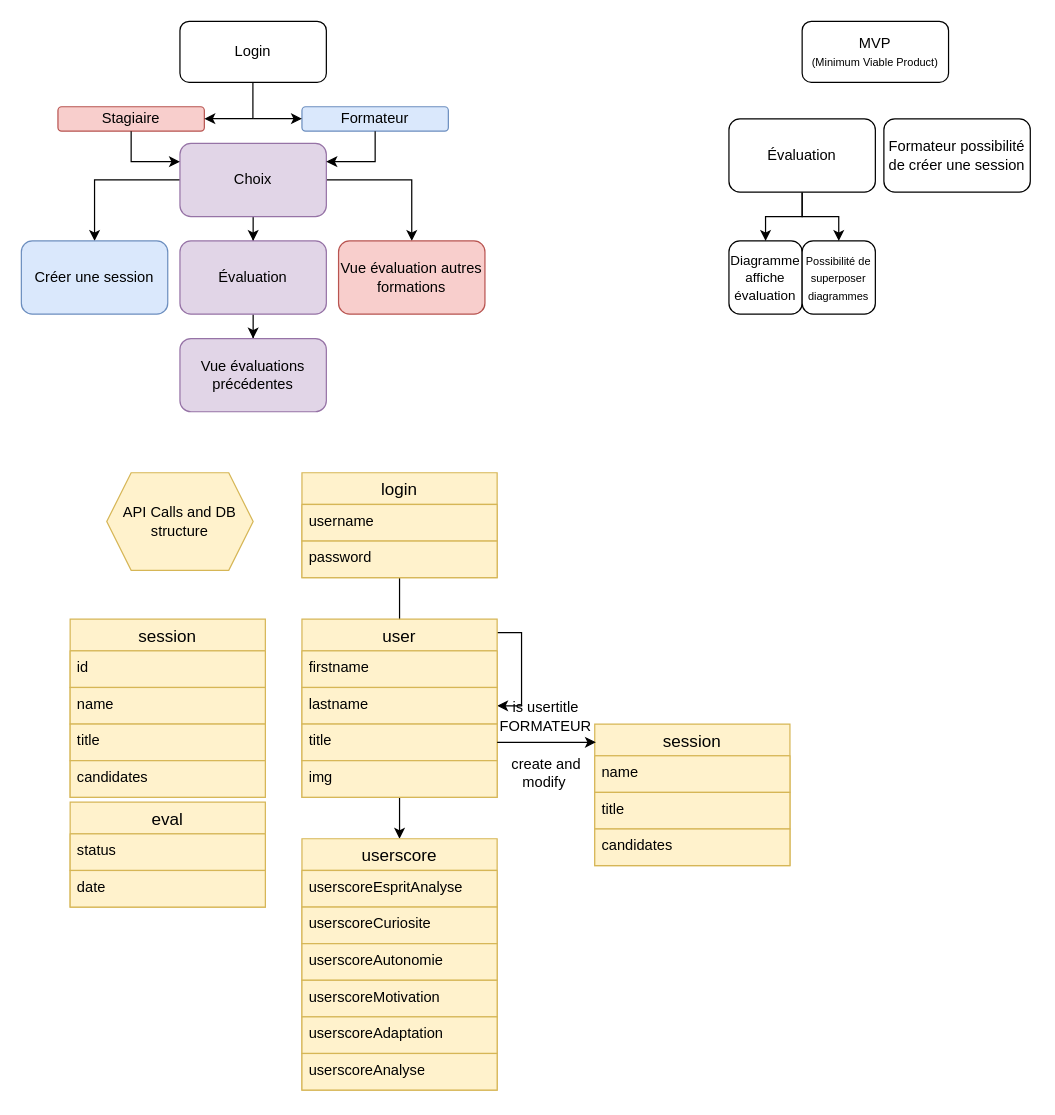
Earlier version of the draw.io diagram Diagramme sans nom.drawio (HazemMaddouri/wf11-ei_1). Source tidied: cells renumbered, new cells numbered last; positions are measured from the earlier drawing's top-left corner, leaving out a move shared by most shapes. Both pictures are drawn from the tidied source at 122%, with x=0, y=0 at pixel (21, 21).
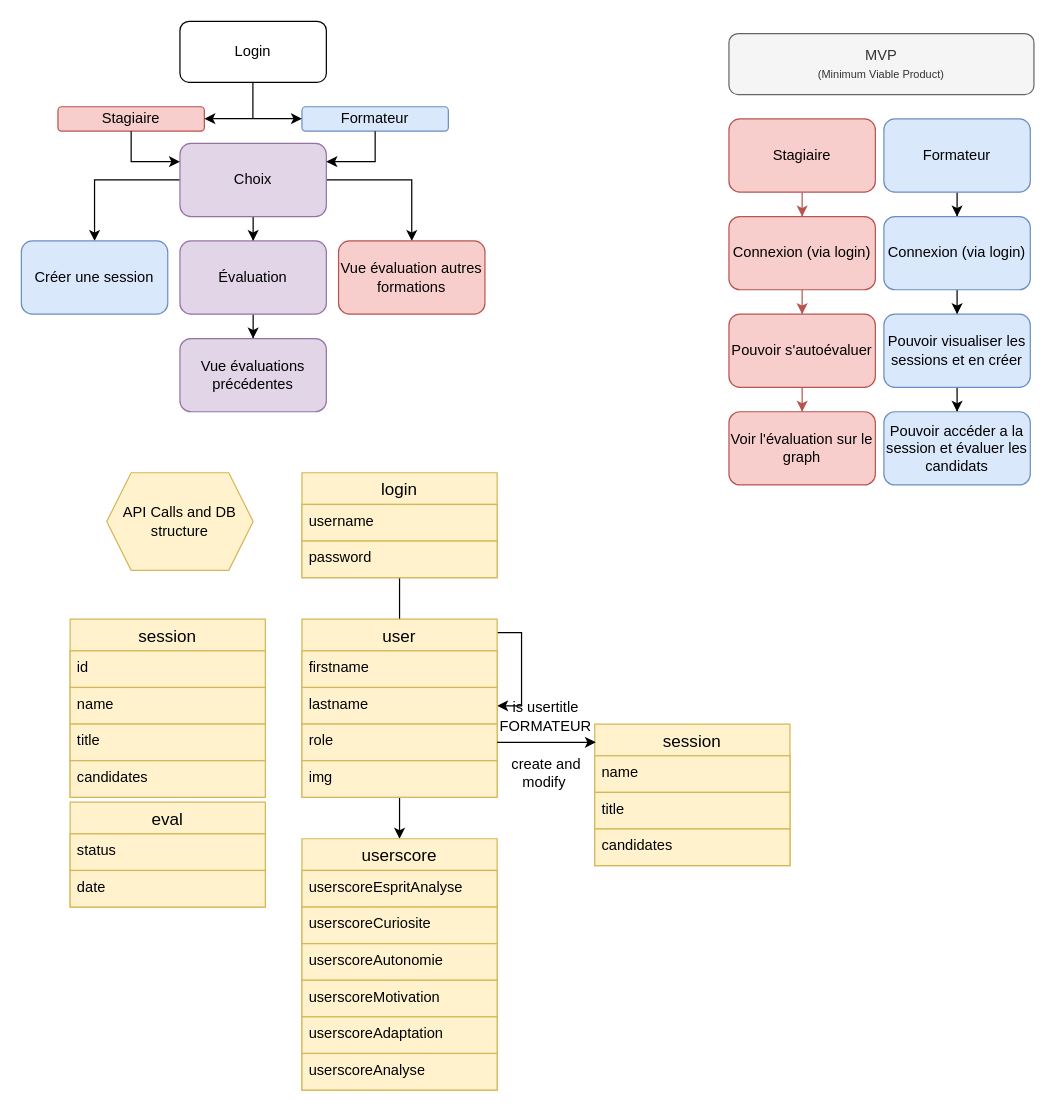
Above is the later version.

Commit message:
Mettre à jour Diagramme sans nom.drawio

The change refers to these unchanged cells:
```xml
<mxCell id="34" value="user" style="swimlane;fontStyle=0;horizontal=1;startSize=26;align=center;fontSize=14;fillColor=#fff2cc;strokeColor=#d6b656;" parent="1" vertex="1">
  <mxGeometry x="230" y="490" width="160" height="146" as="geometry" />
</mxCell>
```

Diff of the diagram source:
```diff
@@
-    <mxCell id="19" value="MVP&lt;br&gt;&lt;font style=&quot;font-size: 9px;&quot;&gt;(Minimum Viable Product)&lt;/font&gt;" style="rounded=1;whiteSpace=wrap;html=1;" parent="1" vertex="1">
-      <mxGeometry x="640" width="120" height="50" as="geometry" />
+    <mxCell id="19" value="MVP&lt;br&gt;&lt;font style=&quot;font-size: 9px;&quot;&gt;(Minimum Viable Product)&lt;/font&gt;" style="rounded=1;whiteSpace=wrap;html=1;fillColor=#f5f5f5;fontColor=#333333;strokeColor=#666666;" parent="1" vertex="1">
+      <mxGeometry x="580" y="10" width="250" height="50" as="geometry" />
     </mxCell>
-    <mxCell id="20" style="edgeStyle=orthogonalEdgeStyle;rounded=0;jettySize=auto;html=1;entryX=0.5;entryY=0;entryDx=0;entryDy=0;" parent="1" edge="1" source="22" target="23">
-      <mxGeometry relative="1" as="geometry" />
-    </mxCell>
-    <mxCell id="21" style="edgeStyle=orthogonalEdgeStyle;rounded=0;jettySize=auto;html=1;entryX=0.5;entryY=0;entryDx=0;entryDy=0;" parent="1" edge="1" source="22" target="24">
-      <mxGeometry relative="1" as="geometry" />
-    </mxCell>
+    <mxCell id="59" style="edgeStyle=orthogonalEdgeStyle;rounded=0;jettySize=auto;html=1;fillColor=#f8cecc;strokeColor=#b85450;" parent="1" edge="1" source="22" target="62">
+      <mxGeometry relative="1" as="geometry" />
+    </mxCell>
-    <mxCell id="22" value="Évaluation" style="rounded=1;whiteSpace=wrap;html=1;" parent="1" vertex="1">
+    <mxCell id="22" value="Stagiaire" style="rounded=1;whiteSpace=wrap;html=1;fillColor=#f8cecc;strokeColor=#b85450;" parent="1" vertex="1">
       <mxGeometry x="580" y="80" width="120" height="60" as="geometry" />
     </mxCell>
-    <mxCell id="23" value="&lt;font style=&quot;font-size: 11px;&quot;&gt;Diagramme affiche évaluation&lt;/font&gt;" style="whiteSpace=wrap;html=1;rounded=1;" parent="1" vertex="1">
-      <mxGeometry x="580" y="180" width="60" height="60" as="geometry" />
-    </mxCell>
-    <mxCell id="24" value="&lt;font style=&quot;font-size: 9px;&quot;&gt;Possibilité de superposer diagrammes&lt;/font&gt;" style="rounded=1;whiteSpace=wrap;html=1;" parent="1" vertex="1">
-      <mxGeometry x="640" y="180" width="60" height="60" as="geometry" />
-    </mxCell>
+    <mxCell id="60" style="edgeStyle=orthogonalEdgeStyle;rounded=0;jettySize=auto;html=1;" parent="1" edge="1" source="25" target="67">
+      <mxGeometry relative="1" as="geometry" />
+    </mxCell>
-    <mxCell id="25" value="Formateur possibilité de créer une session" style="rounded=1;whiteSpace=wrap;html=1;" parent="1" vertex="1">
+    <mxCell id="25" value="Formateur" style="rounded=1;whiteSpace=wrap;html=1;fillColor=#dae8fc;strokeColor=#6c8ebf;" parent="1" vertex="1">
       <mxGeometry x="707" y="80" width="120" height="60" as="geometry" />
     </mxCell>
@@
-    <mxCell id="37" value="title" style="text;strokeColor=#d6b656;fillColor=#fff2cc;spacingLeft=4;spacingRight=4;overflow=hidden;points=[[0,0.5],[1,0.5]];portConstraint=eastwest;fontSize=12;whiteSpace=wrap;html=1;" parent="34" vertex="1">
+    <mxCell id="37" value="role" style="text;strokeColor=#d6b656;fillColor=#fff2cc;spacingLeft=4;spacingRight=4;overflow=hidden;points=[[0,0.5],[1,0.5]];portConstraint=eastwest;fontSize=12;whiteSpace=wrap;html=1;" parent="34" vertex="1">
       <mxGeometry y="86" width="160" height="30" as="geometry" />
     </mxCell>
@@
+    <mxCell id="61" style="edgeStyle=orthogonalEdgeStyle;rounded=0;jettySize=auto;html=1;fillColor=#f8cecc;strokeColor=#b85450;" parent="1" edge="1" source="62" target="64">
+      <mxGeometry relative="1" as="geometry" />
+    </mxCell>
+    <mxCell id="62" value="Connexion (via login)" style="rounded=1;whiteSpace=wrap;html=1;fillColor=#f8cecc;strokeColor=#b85450;" parent="1" vertex="1">
+      <mxGeometry x="580" y="160" width="120" height="60" as="geometry" />
+    </mxCell>
+    <mxCell id="63" style="edgeStyle=orthogonalEdgeStyle;rounded=0;jettySize=auto;html=1;fillColor=#f8cecc;strokeColor=#b85450;" parent="1" edge="1" source="64" target="65">
+      <mxGeometry relative="1" as="geometry" />
+    </mxCell>
+    <mxCell id="64" value="Pouvoir s'autoévaluer" style="rounded=1;whiteSpace=wrap;html=1;fillColor=#f8cecc;strokeColor=#b85450;" parent="1" vertex="1">
+      <mxGeometry x="580" y="240" width="120" height="60" as="geometry" />
+    </mxCell>
+    <mxCell id="65" value="Voir l'évaluation sur le graph" style="rounded=1;whiteSpace=wrap;html=1;fillColor=#f8cecc;strokeColor=#b85450;" parent="1" vertex="1">
+      <mxGeometry x="580" y="320" width="120" height="60" as="geometry" />
+    </mxCell>
+    <mxCell id="66" style="edgeStyle=orthogonalEdgeStyle;rounded=0;jettySize=auto;html=1;" parent="1" edge="1" source="67" target="69">
+      <mxGeometry relative="1" as="geometry" />
+    </mxCell>
+    <mxCell id="67" value="Connexion (via login)" style="rounded=1;whiteSpace=wrap;html=1;fillColor=#dae8fc;strokeColor=#6c8ebf;" parent="1" vertex="1">
+      <mxGeometry x="707" y="160" width="120" height="60" as="geometry" />
+    </mxCell>
+    <mxCell id="68" style="edgeStyle=orthogonalEdgeStyle;rounded=0;jettySize=auto;html=1;" parent="1" edge="1" source="69" target="70">
+      <mxGeometry relative="1" as="geometry" />
+    </mxCell>
+    <mxCell id="69" value="Pouvoir visualiser les sessions et en créer" style="rounded=1;whiteSpace=wrap;html=1;fillColor=#dae8fc;strokeColor=#6c8ebf;" parent="1" vertex="1">
+      <mxGeometry x="707" y="240" width="120" height="60" as="geometry" />
+    </mxCell>
+    <mxCell id="70" value="Pouvoir accéder a la session et évaluer les candidats" style="rounded=1;whiteSpace=wrap;html=1;fillColor=#dae8fc;strokeColor=#6c8ebf;" parent="1" vertex="1">
+      <mxGeometry x="707" y="320" width="120" height="60" as="geometry" />
+    </mxCell>
```
